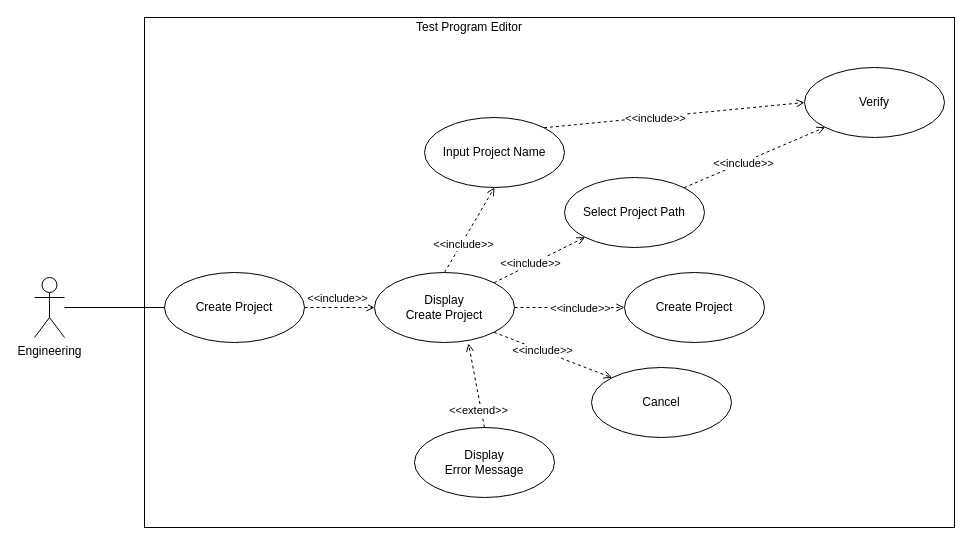
Earlier version of the draw.io diagram page "Create Project" (4 of 13) of SG9KG5/UI Design/Use Case.drawio (Jasson-Chou/Software-Projects). Source tidied: cells renumbered, new cells numbered last; positions are measured from the earlier drawing's top-left corner, leaving out a move shared by most shapes. Both pictures are drawn from the tidied source at 100%, with x=0, y=0 at pixel (34, 17).
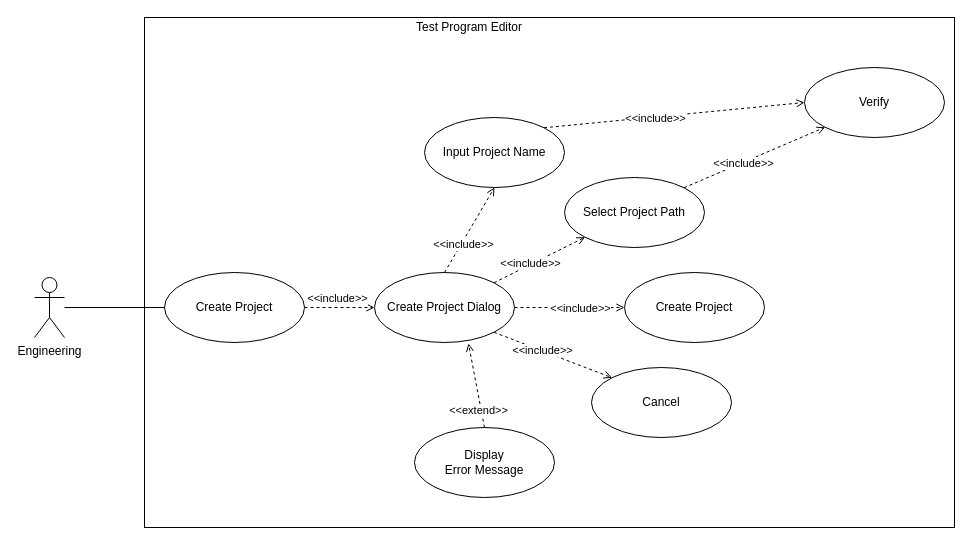
The same page after the edit.

Diff of the diagram source:
```diff
@@
-    <mxCell id="16" value="Display &lt;br&gt;Create Project" style="ellipse;whiteSpace=wrap;html=1;" parent="1" vertex="1">
+    <mxCell id="16" value="Create Project Dialog" style="ellipse;whiteSpace=wrap;html=1;" parent="1" vertex="1">
       <mxGeometry x="340" y="255" width="140" height="70" as="geometry" />
     </mxCell>
```
